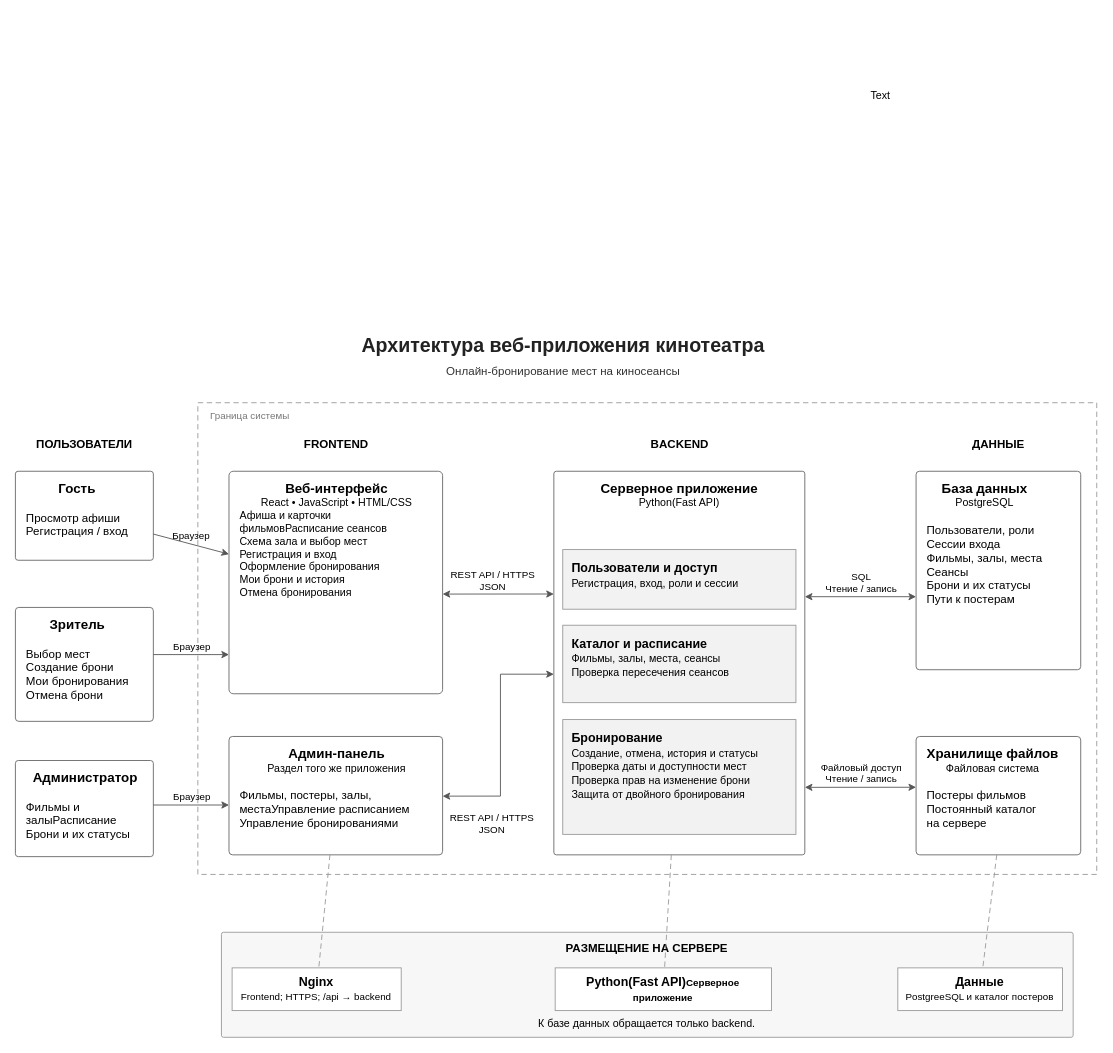
Above: docs/кинотеатр-архитектура.drawio in theheitergames-lab/cinema-booking (draw.io), before the change. Source tidied: cells renumbered, new cells numbered last; positions are measured from the earlier drawing's top-left corner, leaving out a move shared by most shapes. Both pictures are drawn from the tidied source at 89%, with x=0, y=0 at pixel (15, 15).
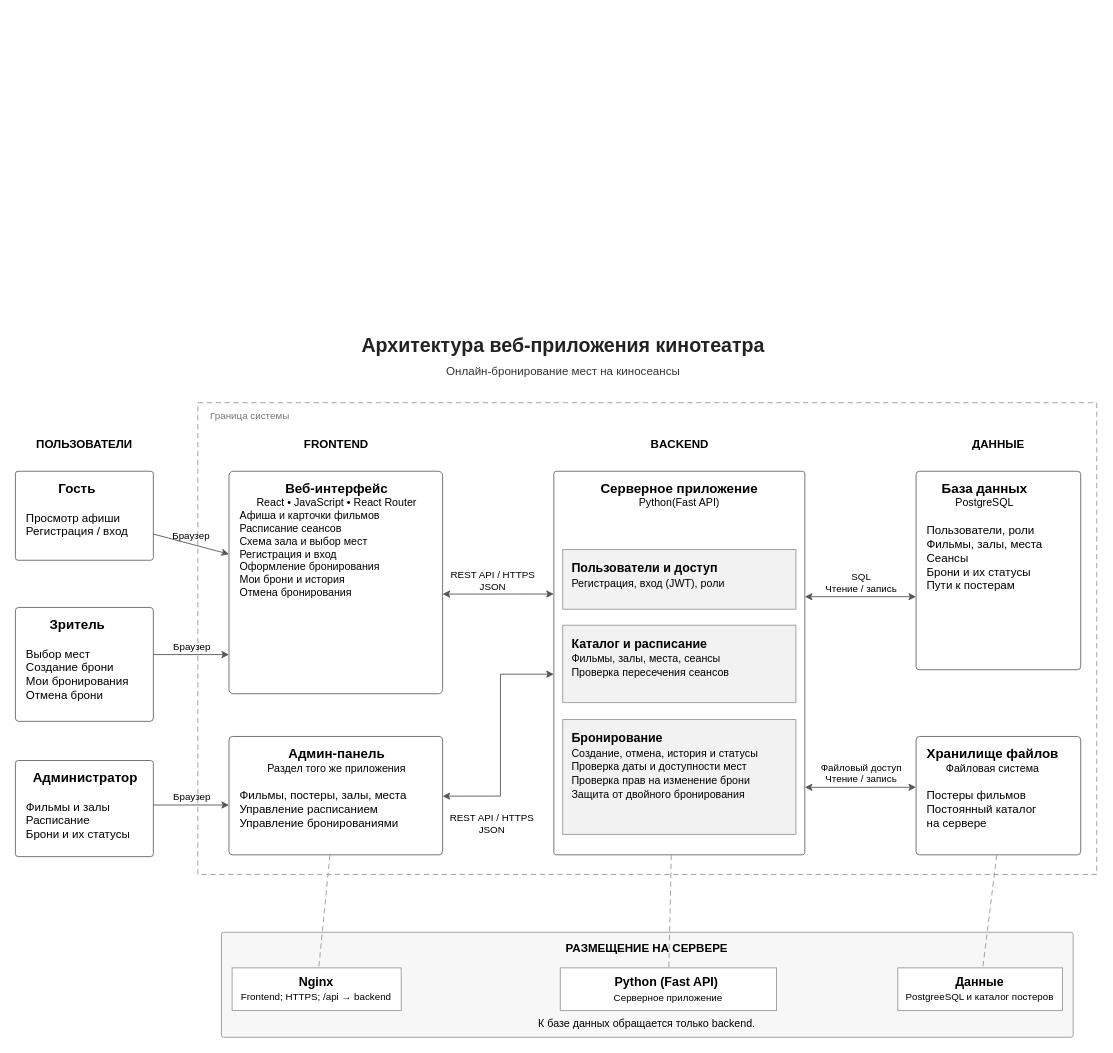
The same diagram, later.

Commit message (it also covers changes not shown here):
docs: архитектурная схема - JWT вместо сессий, стек по ТЗ, исправить опечатки

Unchanged cells that the change refers to:
```xml
<mxCell id="15" value="&lt;div style=&quot;font-size:15px&quot;&gt;&lt;b&gt;Серверное приложение&lt;/b&gt;&lt;/div&gt;&lt;div style=&quot;font-size:12px&quot;&gt;Python(Fast API)&lt;/div&gt;&amp;nbsp;" style="rounded=1;arcSize=1;whiteSpace=wrap;html=1;align=center;verticalAlign=top;spacingLeft=6;spacingRight=6;spacingTop=4;strokeColor=#666666;fillColor=#FFFFFF;fontSize=13;" parent="1" vertex="1">
  <mxGeometry x="604.8" y="512" width="282" height="431" as="geometry" />
</mxCell>
<mxCell id="21" value="&lt;b&gt;РАЗМЕЩЕНИЕ НА СЕРВЕРЕ&lt;/b&gt;" style="rounded=1;arcSize=2;whiteSpace=wrap;html=1;align=center;verticalAlign=top;spacingTop=4;strokeColor=#999999;fillColor=#F7F7F7;fontSize=13;" parent="1" vertex="1">
  <mxGeometry x="231.3" y="1030" width="957" height="118" as="geometry" />
</mxCell>
```

Change to the diagram source:
```diff
@@
-    <mxCell id="2" value="Text" style="text;html=1;whiteSpace=wrap;strokeColor=none;fillColor=none;align=center;verticalAlign=middle;rounded=0;" parent="1" vertex="1">
-      <mxGeometry x="872" width="200" height="180" as="geometry" />
-    </mxCell>
@@
-    <mxCell id="12" value="&lt;div style=&quot;text-align:center;font-size:15px&quot;&gt;&lt;b&gt;Администратор&lt;/b&gt;&lt;/div&gt;&lt;br&gt;Фильмы и залыРасписание&lt;br&gt;Брони и их статусы" style="rounded=1;arcSize=3;whiteSpace=wrap;html=1;align=left;verticalAlign=top;spacingLeft=10;spacingRight=10;spacingTop=4;strokeColor=#666666;fillColor=#FFFFFF;fontSize=13;" parent="1" vertex="1">
+    <mxCell id="12" value="&lt;div style=&quot;text-align:center;font-size:15px&quot;&gt;&lt;b&gt;Администратор&lt;/b&gt;&lt;/div&gt;&lt;br&gt;Фильмы и залы Расписание&lt;br&gt;Брони и их статусы" style="rounded=1;arcSize=3;whiteSpace=wrap;html=1;align=left;verticalAlign=top;spacingLeft=10;spacingRight=10;spacingTop=4;strokeColor=#666666;fillColor=#FFFFFF;fontSize=13;" parent="1" vertex="1">
       <mxGeometry x="-0.2" y="837" width="155" height="108" as="geometry" />
     </mxCell>
-    <mxCell id="13" value="&lt;div style=&quot;font-size: 15px;&quot; align=&quot;center&quot;&gt;&lt;b&gt;Веб-интерфейс&lt;/b&gt;&lt;/div&gt;&lt;div style=&quot;font-size: 12px;&quot;&gt;&lt;div align=&quot;center&quot;&gt;React • JavaScript • HTML/CSS&lt;/div&gt;&lt;div align=&quot;left&quot;&gt;Афиша и карточки фильмовРасписание сеансов&lt;br&gt;&lt;/div&gt;Схема зала и выбор мест&lt;br&gt;Регистрация и вход&lt;br&gt;Оформление бронирования&lt;br&gt;Мои брони и история&lt;br&gt;Отмена бронирования&lt;/div&gt;" style="rounded=1;arcSize=2;whiteSpace=wrap;html=1;align=left;verticalAlign=top;spacingLeft=10;spacingRight=10;spacingTop=4;strokeColor=#666666;fillColor=#FFFFFF;fontSize=13;" parent="1" vertex="1">
+    <mxCell id="13" value="&lt;div style=&quot;font-size: 15px;&quot; align=&quot;center&quot;&gt;&lt;b&gt;Веб-интерфейс&lt;/b&gt;&lt;/div&gt;&lt;div style=&quot;font-size: 12px;&quot;&gt;&lt;div align=&quot;center&quot;&gt;React • JavaScript • React Router&lt;/div&gt;&lt;div align=&quot;left&quot;&gt;Афиша и карточки фильмов Расписание сеансов&lt;br&gt;&lt;/div&gt;Схема зала и выбор мест&lt;br&gt;Регистрация и вход&lt;br&gt;Оформление бронирования&lt;br&gt;Мои брони и история&lt;br&gt;Отмена бронирования&lt;/div&gt;" style="rounded=1;arcSize=2;whiteSpace=wrap;html=1;align=left;verticalAlign=top;spacingLeft=10;spacingRight=10;spacingTop=4;strokeColor=#666666;fillColor=#FFFFFF;fontSize=13;" parent="1" vertex="1">
       <mxGeometry x="239.8" y="512" width="240" height="250" as="geometry" />
     </mxCell>
-    <mxCell id="14" value="&lt;div style=&quot;text-align:center;font-size:15px&quot;&gt;&lt;b&gt;Админ-панель&lt;/b&gt;&lt;/div&gt;&lt;div style=&quot;text-align:center;font-size:12px&quot;&gt;Раздел того же приложения&lt;/div&gt;&lt;br&gt;Фильмы, постеры, залы, местаУправление расписанием&lt;br&gt;Управление бронированиями" style="rounded=1;arcSize=3;whiteSpace=wrap;html=1;align=left;verticalAlign=top;spacingLeft=10;spacingRight=10;spacingTop=4;strokeColor=#666666;fillColor=#FFFFFF;fontSize=13;" parent="1" vertex="1">
+    <mxCell id="14" value="&lt;div style=&quot;text-align:center;font-size:15px&quot;&gt;&lt;b&gt;Админ-панель&lt;/b&gt;&lt;/div&gt;&lt;div style=&quot;text-align:center;font-size:12px&quot;&gt;Раздел того же приложения&lt;/div&gt;&lt;br&gt;Фильмы, постеры, залы, места Управление расписанием&lt;br&gt;Управление бронированиями" style="rounded=1;arcSize=3;whiteSpace=wrap;html=1;align=left;verticalAlign=top;spacingLeft=10;spacingRight=10;spacingTop=4;strokeColor=#666666;fillColor=#FFFFFF;fontSize=13;" parent="1" vertex="1">
       <mxGeometry x="239.8" y="810" width="240" height="133" as="geometry" />
     </mxCell>
@@
-    <mxCell id="16" value="&lt;b style=&quot;font-size:14px&quot;&gt;Пользователи и доступ&lt;/b&gt;&lt;br&gt;&lt;span style=&quot;font-size:12px&quot;&gt;Регистрация, вход, роли и сессии&lt;/span&gt;" style="rounded=0;whiteSpace=wrap;html=1;align=left;verticalAlign=top;spacingLeft=8;spacingTop=6;strokeColor=#999999;fillColor=#F2F2F2;fontSize=13;" parent="15" vertex="1">
+    <mxCell id="16" value="&lt;b style=&quot;font-size:14px&quot;&gt;Пользователи и доступ&lt;/b&gt;&lt;br&gt;&lt;span style=&quot;font-size: 12px;&quot;&gt;Регистрация, вход (JWT), роли&lt;/span&gt;" style="rounded=0;whiteSpace=wrap;html=1;align=left;verticalAlign=top;spacingLeft=8;spacingTop=6;strokeColor=#999999;fillColor=#F2F2F2;fontSize=13;" parent="15" vertex="1">
       <mxGeometry x="10" y="88" width="262" height="67" as="geometry" />
     </mxCell>
@@
-    <mxCell id="19" value="&lt;div style=&quot;text-align:center;font-size:15px&quot;&gt;&lt;b&gt;База данных&lt;/b&gt;&lt;/div&gt;&lt;div style=&quot;text-align:center;font-size:12px&quot;&gt;PostgreSQL&lt;/div&gt;&lt;div&gt;&lt;br&gt;&lt;/div&gt;&lt;div&gt;Пользователи, роли&lt;/div&gt;Сессии входа&lt;br&gt;Фильмы, залы, места&lt;br&gt;Сеансы&lt;br&gt;Брони и их статусы&lt;br&gt;Пути к постерам" style="rounded=1;arcSize=2;whiteSpace=wrap;html=1;align=left;verticalAlign=top;spacingLeft=10;spacingRight=10;spacingTop=4;strokeColor=#666666;fillColor=#FFFFFF;fontSize=13;" parent="1" vertex="1">
+    <mxCell id="19" value="&lt;div style=&quot;text-align:center;font-size:15px&quot;&gt;&lt;b&gt;База данных&lt;/b&gt;&lt;/div&gt;&lt;div style=&quot;text-align:center;font-size:12px&quot;&gt;PostgreSQL&lt;/div&gt;&lt;div&gt;&lt;br&gt;&lt;/div&gt;&lt;div&gt;Пользователи, роли&lt;/div&gt;Фильмы, залы, места&lt;br&gt;Сеансы&lt;br&gt;Брони и их статусы&lt;br&gt;Пути к постерам" style="rounded=1;arcSize=2;whiteSpace=wrap;html=1;align=left;verticalAlign=top;spacingLeft=10;spacingRight=10;spacingTop=4;strokeColor=#666666;fillColor=#FFFFFF;fontSize=13;" parent="1" vertex="1">
       <mxGeometry x="1011.8" y="512" width="185" height="223" as="geometry" />
     </mxCell>
@@
-    <mxCell id="23" value="&lt;b style=&quot;font-size:14px&quot;&gt;Python(Fast API)&lt;span style=&quot;font-size:11px&quot;&gt;Серверное приложение&lt;/span&gt;&lt;/b&gt;" style="rounded=0;whiteSpace=wrap;html=1;align=center;verticalAlign=middle;strokeColor=#999999;fillColor=#FFFFFF;fontSize=13;" parent="21" vertex="1">
-      <mxGeometry x="375" y="40" width="243" height="48" as="geometry" />
+    <mxCell id="23" value="&lt;b style=&quot;font-size:14px&quot;&gt;Python (Fast API)&amp;nbsp;&lt;/b&gt;&lt;div&gt;&lt;span style=&quot;font-size:14px&quot;&gt;&lt;span style=&quot;font-size: 11px;&quot;&gt;Серверное приложение&lt;/span&gt;&lt;/span&gt;&lt;/div&gt;" style="rounded=0;whiteSpace=wrap;html=1;align=center;verticalAlign=middle;strokeColor=#999999;fillColor=#FFFFFF;fontSize=13;" parent="21" vertex="1">
+      <mxGeometry x="380.7" y="40" width="243" height="48" as="geometry" />
     </mxCell>
```
